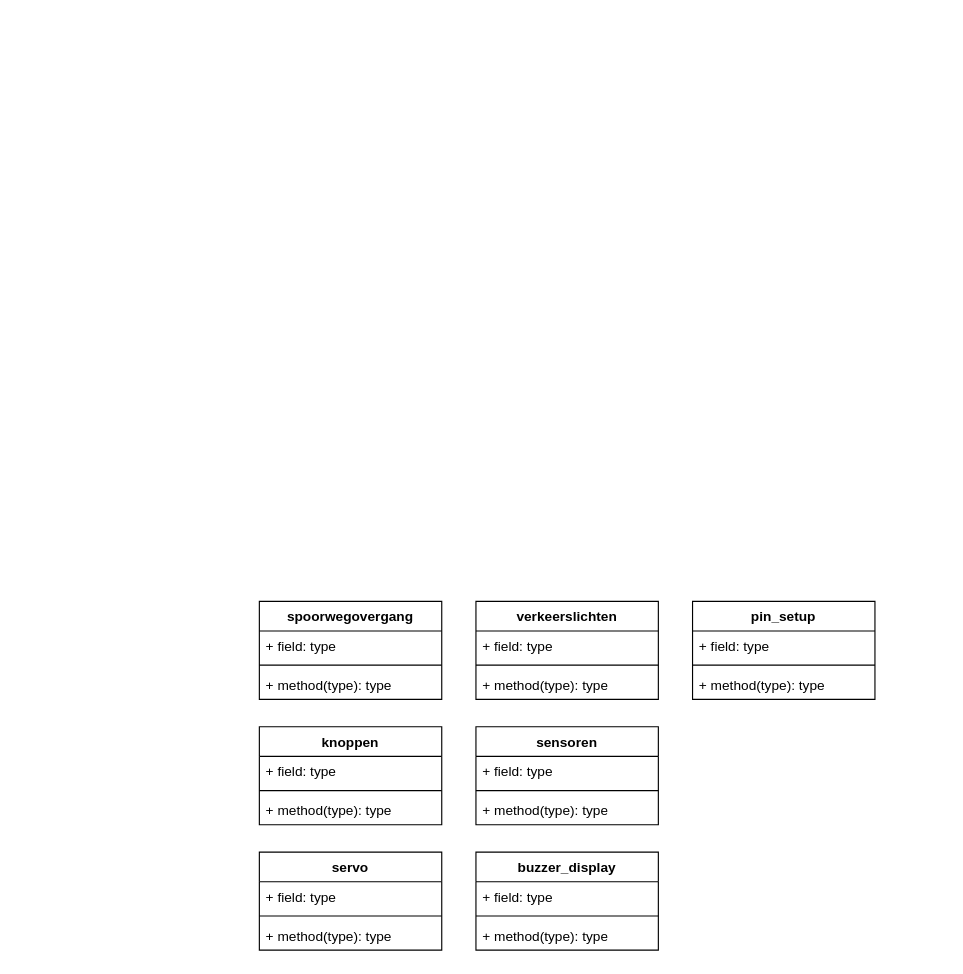
This is TabDiagram.drawio from AramMarkarov/Spoorwegovergang, a draw.io file, before an edit. Source tidied: cells renumbered, new cells numbered last; positions are measured from the earlier drawing's top-left corner, leaving out a move shared by most shapes. Both pictures are drawn from the tidied source at 114%, with x=0, y=0 at pixel (259, 601).
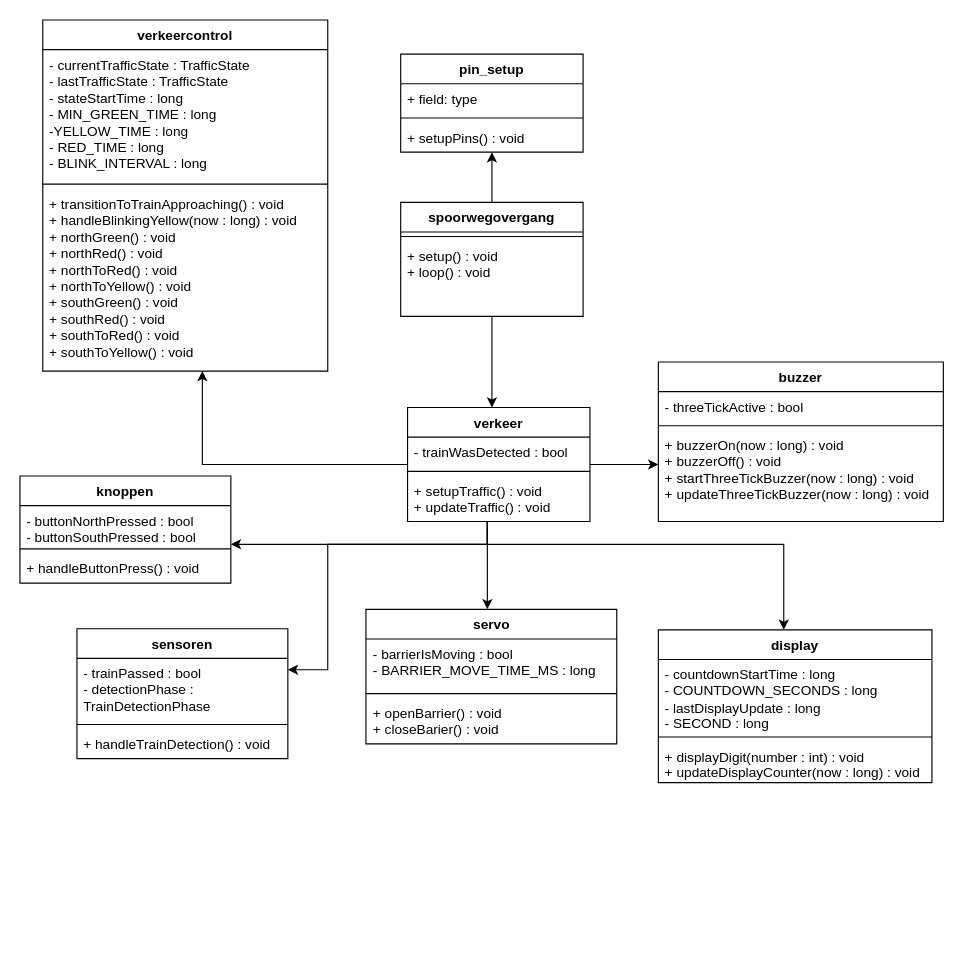
Above is the later version.

What changed in the source:
```diff
@@
+    <mxCell id="30" style="edgeStyle=orthogonalEdgeStyle;rounded=0;jettySize=auto;html=1;" parent="1" edge="1" source="2" target="26">
+      <mxGeometry relative="1" as="geometry" />
+    </mxCell>
     <mxCell id="2" value="spoorwegovergang" style="swimlane;fontStyle=1;align=center;verticalAlign=top;horizontal=1;startSize=26;whiteSpace=wrap;html=1;" parent="1" vertex="1">
-      <mxGeometry width="160" height="86" as="geometry" />
+      <mxGeometry x="124" y="-350" width="160" height="100" as="geometry" />
     </mxCell>
-    <mxCell id="3" value="+ field: type" style="text;strokeColor=none;fillColor=none;align=left;verticalAlign=top;spacingLeft=4;spacingRight=4;overflow=hidden;whiteSpace=wrap;html=1;" parent="2" vertex="1">
-      <mxGeometry y="26" width="160" height="26" as="geometry" />
-    </mxCell>
     <mxCell id="4" style="line;strokeWidth=1;fillColor=none;align=left;verticalAlign=middle;spacingTop=-1;spacingLeft=3;spacingRight=3;labelPosition=right;strokeColor=inherit;" parent="2" vertex="1">
-      <mxGeometry y="52" width="160" height="8" as="geometry" />
+      <mxGeometry y="26" width="160" height="8" as="geometry" />
     </mxCell>
-    <mxCell id="5" value="+ method(type): type" style="text;strokeColor=none;fillColor=none;align=left;verticalAlign=top;spacingLeft=4;spacingRight=4;overflow=hidden;points=[[0,0.5],[1,0.5]];portConstraint=eastwest;whiteSpace=wrap;html=1;" parent="2" vertex="1">
-      <mxGeometry y="60" width="160" height="26" as="geometry" />
+    <mxCell id="5" value="+ setup() : void&lt;div&gt;+ loop() : void&lt;/div&gt;" style="text;strokeColor=none;fillColor=none;align=left;verticalAlign=top;spacingLeft=4;spacingRight=4;overflow=hidden;points=[[0,0.5],[1,0.5]];portConstraint=eastwest;whiteSpace=wrap;html=1;" parent="2" vertex="1">
+      <mxGeometry y="34" width="160" height="66" as="geometry" />
     </mxCell>
+    <mxCell id="31" style="edgeStyle=orthogonalEdgeStyle;rounded=0;jettySize=auto;html=1;" parent="1" edge="1" source="37" target="18">
+      <mxGeometry relative="1" as="geometry">
+        <Array as="points">
+          <mxPoint x="200" y="-50" />
+          <mxPoint x="-117" y="-50" />
+        </Array>
+      </mxGeometry>
+    </mxCell>
+    <mxCell id="32" style="edgeStyle=orthogonalEdgeStyle;rounded=0;jettySize=auto;html=1;" parent="1" edge="1" source="37" target="22">
+      <mxGeometry relative="1" as="geometry">
+        <Array as="points">
+          <mxPoint x="200" y="-50" />
+          <mxPoint x="60" y="-50" />
+          <mxPoint x="60" y="60" />
+        </Array>
+      </mxGeometry>
+    </mxCell>
-    <mxCell id="6" value="verkeerslichten" style="swimlane;fontStyle=1;align=center;verticalAlign=top;horizontal=1;startSize=26;whiteSpace=wrap;html=1;" parent="1" vertex="1">
-      <mxGeometry x="190" width="160" height="86" as="geometry" />
+    <mxCell id="6" value="verkeercontrol" style="swimlane;fontStyle=1;align=center;verticalAlign=top;horizontal=1;startSize=26;whiteSpace=wrap;html=1;" parent="1" vertex="1">
+      <mxGeometry x="-190" y="-510" width="250" height="308" as="geometry" />
     </mxCell>
-    <mxCell id="7" value="+ field: type" style="text;strokeColor=none;fillColor=none;align=left;verticalAlign=top;spacingLeft=4;spacingRight=4;overflow=hidden;whiteSpace=wrap;html=1;" parent="6" vertex="1">
-      <mxGeometry y="26" width="160" height="26" as="geometry" />
+    <mxCell id="7" value="- currentTrafficState : TrafficState&lt;div&gt;- lastTrafficState : TrafficState&lt;/div&gt;&lt;div&gt;- stateStartTime : long&lt;/div&gt;&lt;div&gt;- MIN_GREEN_TIME : long&lt;/div&gt;&lt;div&gt;-YELLOW_TIME : long&lt;/div&gt;&lt;div&gt;- RED_TIME : long&lt;/div&gt;&lt;div&gt;- BLINK_INTERVAL : long&lt;/div&gt;" style="text;strokeColor=none;fillColor=none;align=left;verticalAlign=top;spacingLeft=4;spacingRight=4;overflow=hidden;whiteSpace=wrap;html=1;" parent="6" vertex="1">
+      <mxGeometry y="26" width="250" height="114" as="geometry" />
     </mxCell>
     <mxCell id="8" style="line;strokeWidth=1;fillColor=none;align=left;verticalAlign=middle;spacingTop=-1;spacingLeft=3;spacingRight=3;labelPosition=right;strokeColor=inherit;" parent="6" vertex="1">
-      <mxGeometry y="52" width="160" height="8" as="geometry" />
+      <mxGeometry y="140" width="250" height="8" as="geometry" />
     </mxCell>
-    <mxCell id="9" value="+ method(type): type" style="text;strokeColor=none;fillColor=none;align=left;verticalAlign=top;spacingLeft=4;spacingRight=4;overflow=hidden;whiteSpace=wrap;html=1;" parent="6" vertex="1">
-      <mxGeometry y="60" width="160" height="26" as="geometry" />
+    <mxCell id="9" value="&lt;div&gt;+ transitionToTrainApproaching() : void&lt;/div&gt;&lt;div&gt;+ handleBlinkingYellow(now : long) : void&lt;/div&gt;&lt;div&gt;+ northGreen() : void&lt;/div&gt;&lt;div&gt;+ northRed() : void&lt;/div&gt;&lt;div&gt;+ northToRed() : void&lt;br&gt;&lt;/div&gt;&lt;div&gt;+ northToYellow() : void&lt;/div&gt;&lt;div&gt;+ southGreen() : void&lt;/div&gt;&lt;div&gt;+ southRed() : void&lt;/div&gt;&lt;div&gt;+ southToRed() : void&lt;/div&gt;&lt;div&gt;+ southToYellow() : void&lt;/div&gt;" style="text;strokeColor=none;fillColor=none;align=left;verticalAlign=top;spacingLeft=4;spacingRight=4;overflow=hidden;whiteSpace=wrap;html=1;" parent="6" vertex="1">
+      <mxGeometry y="148" width="250" height="160" as="geometry" />
     </mxCell>
     <mxCell id="10" value="servo" style="swimlane;fontStyle=1;align=center;verticalAlign=top;horizontal=1;startSize=26;whiteSpace=wrap;html=1;" parent="1" vertex="1">
-      <mxGeometry y="220" width="160" height="86" as="geometry" />
+      <mxGeometry x="93.5" y="7" width="220" height="118" as="geometry" />
     </mxCell>
-    <mxCell id="11" value="+ field: type" style="text;strokeColor=none;fillColor=none;align=left;verticalAlign=top;spacingLeft=4;spacingRight=4;overflow=hidden;whiteSpace=wrap;html=1;" parent="10" vertex="1">
-      <mxGeometry y="26" width="160" height="26" as="geometry" />
+    <mxCell id="11" value="- barrierIsMoving : bool&lt;div&gt;- BARRIER_MOVE_TIME_MS : long&lt;/div&gt;" style="text;strokeColor=none;fillColor=none;align=left;verticalAlign=top;spacingLeft=4;spacingRight=4;overflow=hidden;whiteSpace=wrap;html=1;" parent="10" vertex="1">
+      <mxGeometry y="26" width="220" height="44" as="geometry" />
     </mxCell>
     <mxCell id="12" style="line;strokeWidth=1;fillColor=none;align=left;verticalAlign=middle;spacingTop=-1;spacingLeft=3;spacingRight=3;labelPosition=right;strokeColor=inherit;" parent="10" vertex="1">
-      <mxGeometry y="52" width="160" height="8" as="geometry" />
+      <mxGeometry y="70" width="220" height="8" as="geometry" />
     </mxCell>
-    <mxCell id="13" value="+ method(type): type" style="text;strokeColor=none;fillColor=none;align=left;verticalAlign=top;spacingLeft=4;spacingRight=4;overflow=hidden;whiteSpace=wrap;html=1;" parent="10" vertex="1">
-      <mxGeometry y="60" width="160" height="26" as="geometry" />
+    <mxCell id="13" value="+ openBarrier() : void&lt;div&gt;+ closeBarier() : void&lt;/div&gt;" style="text;strokeColor=none;fillColor=none;align=left;verticalAlign=top;spacingLeft=4;spacingRight=4;overflow=hidden;whiteSpace=wrap;html=1;" parent="10" vertex="1">
+      <mxGeometry y="78" width="220" height="40" as="geometry" />
     </mxCell>
-    <mxCell id="14" value="buzzer_display" style="swimlane;fontStyle=1;align=center;verticalAlign=top;horizontal=1;startSize=26;whiteSpace=wrap;html=1;" parent="1" vertex="1">
-      <mxGeometry x="190" y="220" width="160" height="86" as="geometry" />
+    <mxCell id="14" value="buzzer" style="swimlane;fontStyle=1;align=center;verticalAlign=top;horizontal=1;startSize=26;whiteSpace=wrap;html=1;" parent="1" vertex="1">
+      <mxGeometry x="350" y="-210" width="250" height="140" as="geometry" />
     </mxCell>
-    <mxCell id="15" value="+ field: type" style="text;strokeColor=none;fillColor=none;align=left;verticalAlign=top;spacingLeft=4;spacingRight=4;overflow=hidden;whiteSpace=wrap;html=1;" parent="14" vertex="1">
-      <mxGeometry y="26" width="160" height="26" as="geometry" />
+    <mxCell id="15" value="- threeTickActive : bool" style="text;strokeColor=none;fillColor=none;align=left;verticalAlign=top;spacingLeft=4;spacingRight=4;overflow=hidden;whiteSpace=wrap;html=1;" parent="14" vertex="1">
+      <mxGeometry y="26" width="250" height="26" as="geometry" />
     </mxCell>
     <mxCell id="16" style="line;strokeWidth=1;fillColor=none;align=left;verticalAlign=middle;spacingTop=-1;spacingLeft=3;spacingRight=3;labelPosition=right;strokeColor=inherit;" parent="14" vertex="1">
-      <mxGeometry y="52" width="160" height="8" as="geometry" />
+      <mxGeometry y="52" width="250" height="8" as="geometry" />
     </mxCell>
-    <mxCell id="17" value="+ method(type): type" style="text;strokeColor=none;fillColor=none;align=left;verticalAlign=top;spacingLeft=4;spacingRight=4;overflow=hidden;whiteSpace=wrap;html=1;" parent="14" vertex="1">
-      <mxGeometry y="60" width="160" height="26" as="geometry" />
+    <mxCell id="17" value="+ buzzerOn(now : long) : void&lt;div&gt;+ buzzerOff() : void&lt;/div&gt;&lt;div&gt;+ startThreeTickBuzzer(now : long) : void&lt;br&gt;+ updateThreeTickBuzzer(now : long) : void&lt;/div&gt;" style="text;strokeColor=none;fillColor=none;align=left;verticalAlign=top;spacingLeft=4;spacingRight=4;overflow=hidden;whiteSpace=wrap;html=1;" parent="14" vertex="1">
+      <mxGeometry y="60" width="250" height="80" as="geometry" />
     </mxCell>
     <mxCell id="18" value="knoppen" style="swimlane;fontStyle=1;align=center;verticalAlign=top;horizontal=1;startSize=26;whiteSpace=wrap;html=1;" parent="1" vertex="1">
-      <mxGeometry y="110" width="160" height="86" as="geometry" />
+      <mxGeometry x="-210" y="-110" width="185" height="94" as="geometry" />
     </mxCell>
-    <mxCell id="19" value="+ field: type" style="text;strokeColor=none;fillColor=none;align=left;verticalAlign=top;spacingLeft=4;spacingRight=4;overflow=hidden;whiteSpace=wrap;html=1;" parent="18" vertex="1">
-      <mxGeometry y="26" width="160" height="26" as="geometry" />
+    <mxCell id="19" value="- buttonNorthPressed : bool&lt;div&gt;- buttonSouthPressed : bool&lt;/div&gt;" style="text;strokeColor=none;fillColor=none;align=left;verticalAlign=top;spacingLeft=4;spacingRight=4;overflow=hidden;whiteSpace=wrap;html=1;" parent="18" vertex="1">
+      <mxGeometry y="26" width="185" height="34" as="geometry" />
     </mxCell>
     <mxCell id="20" style="line;strokeWidth=1;fillColor=none;align=left;verticalAlign=middle;spacingTop=-1;spacingLeft=3;spacingRight=3;labelPosition=right;strokeColor=inherit;" parent="18" vertex="1">
-      <mxGeometry y="52" width="160" height="8" as="geometry" />
+      <mxGeometry y="60" width="185" height="8" as="geometry" />
     </mxCell>
-    <mxCell id="21" value="+ method(type): type" style="text;strokeColor=none;fillColor=none;align=left;verticalAlign=top;spacingLeft=4;spacingRight=4;overflow=hidden;whiteSpace=wrap;html=1;" parent="18" vertex="1">
-      <mxGeometry y="60" width="160" height="26" as="geometry" />
+    <mxCell id="21" value="+ handleButtonPress() : void" style="text;strokeColor=none;fillColor=none;align=left;verticalAlign=top;spacingLeft=4;spacingRight=4;overflow=hidden;whiteSpace=wrap;html=1;" parent="18" vertex="1">
+      <mxGeometry y="68" width="185" height="26" as="geometry" />
     </mxCell>
     <mxCell id="22" value="sensoren" style="swimlane;fontStyle=1;align=center;verticalAlign=top;horizontal=1;startSize=26;whiteSpace=wrap;html=1;" parent="1" vertex="1">
-      <mxGeometry x="190" y="110" width="160" height="86" as="geometry" />
+      <mxGeometry x="-160" y="24" width="185" height="114" as="geometry" />
     </mxCell>
-    <mxCell id="23" value="+ field: type" style="text;strokeColor=none;fillColor=none;align=left;verticalAlign=top;spacingLeft=4;spacingRight=4;overflow=hidden;whiteSpace=wrap;html=1;" parent="22" vertex="1">
-      <mxGeometry y="26" width="160" height="26" as="geometry" />
+    <mxCell id="23" value="- trainPassed : bool&lt;div&gt;- detectionPhase : TrainDetectionPhase&lt;/div&gt;" style="text;strokeColor=none;fillColor=none;align=left;verticalAlign=top;spacingLeft=4;spacingRight=4;overflow=hidden;whiteSpace=wrap;html=1;" parent="22" vertex="1">
+      <mxGeometry y="26" width="185" height="54" as="geometry" />
     </mxCell>
     <mxCell id="24" style="line;strokeWidth=1;fillColor=none;align=left;verticalAlign=middle;spacingTop=-1;spacingLeft=3;spacingRight=3;labelPosition=right;strokeColor=inherit;" parent="22" vertex="1">
-      <mxGeometry y="52" width="160" height="8" as="geometry" />
+      <mxGeometry y="80" width="185" height="8" as="geometry" />
     </mxCell>
-    <mxCell id="25" value="+ method(type): type" style="text;strokeColor=none;fillColor=none;align=left;verticalAlign=top;spacingLeft=4;spacingRight=4;overflow=hidden;whiteSpace=wrap;html=1;" parent="22" vertex="1">
-      <mxGeometry y="60" width="160" height="26" as="geometry" />
+    <mxCell id="25" value="+ handleTrainDetection() : void" style="text;strokeColor=none;fillColor=none;align=left;verticalAlign=top;spacingLeft=4;spacingRight=4;overflow=hidden;whiteSpace=wrap;html=1;" parent="22" vertex="1">
+      <mxGeometry y="88" width="185" height="26" as="geometry" />
     </mxCell>
     <mxCell id="26" value="pin_setup" style="swimlane;fontStyle=1;align=center;verticalAlign=top;horizontal=1;startSize=26;whiteSpace=wrap;html=1;" parent="1" vertex="1">
-      <mxGeometry x="380" width="160" height="86" as="geometry" />
+      <mxGeometry x="124" y="-480" width="160" height="86" as="geometry" />
     </mxCell>
@@
-    <mxCell id="29" value="+ method(type): type" style="text;strokeColor=none;fillColor=none;align=left;verticalAlign=top;spacingLeft=4;spacingRight=4;overflow=hidden;whiteSpace=wrap;html=1;" parent="26" vertex="1">
+    <mxCell id="29" value="+ setupPins() : void" style="text;strokeColor=none;fillColor=none;align=left;verticalAlign=top;spacingLeft=4;spacingRight=4;overflow=hidden;whiteSpace=wrap;html=1;" parent="26" vertex="1">
       <mxGeometry y="60" width="160" height="26" as="geometry" />
     </mxCell>
+    <mxCell id="33" style="edgeStyle=orthogonalEdgeStyle;rounded=0;jettySize=auto;html=1;" parent="1" edge="1" source="37" target="6">
+      <mxGeometry relative="1" as="geometry">
+        <Array as="points">
+          <mxPoint x="-50" y="-120" />
+        </Array>
+      </mxGeometry>
+    </mxCell>
+    <mxCell id="34" style="edgeStyle=orthogonalEdgeStyle;rounded=0;jettySize=auto;html=1;" parent="1" edge="1" source="37" target="10">
+      <mxGeometry relative="1" as="geometry">
+        <Array as="points">
+          <mxPoint x="200" y="-30" />
+          <mxPoint x="200" y="-30" />
+        </Array>
+      </mxGeometry>
+    </mxCell>
+    <mxCell id="35" style="edgeStyle=orthogonalEdgeStyle;rounded=0;jettySize=auto;html=1;" parent="1" edge="1" source="37" target="14">
+      <mxGeometry relative="1" as="geometry">
+        <Array as="points">
+          <mxPoint x="510" y="-140" />
+          <mxPoint x="510" y="-140" />
+        </Array>
+      </mxGeometry>
+    </mxCell>
+    <mxCell id="36" style="edgeStyle=orthogonalEdgeStyle;rounded=0;jettySize=auto;html=1;" parent="1" edge="1" source="37" target="42">
+      <mxGeometry relative="1" as="geometry">
+        <Array as="points">
+          <mxPoint x="200" y="-50" />
+          <mxPoint x="460" y="-50" />
+        </Array>
+      </mxGeometry>
+    </mxCell>
+    <mxCell id="37" value="verkeer" style="swimlane;fontStyle=1;align=center;verticalAlign=top;horizontal=1;startSize=26;whiteSpace=wrap;html=1;" parent="1" vertex="1">
+      <mxGeometry x="130" y="-170" width="160" height="100" as="geometry" />
+    </mxCell>
+    <mxCell id="38" value="- trainWasDetected : bool" style="text;strokeColor=none;fillColor=none;align=left;verticalAlign=top;spacingLeft=4;spacingRight=4;overflow=hidden;whiteSpace=wrap;html=1;" parent="37" vertex="1">
+      <mxGeometry y="26" width="160" height="26" as="geometry" />
+    </mxCell>
+    <mxCell id="39" style="line;strokeWidth=1;fillColor=none;align=left;verticalAlign=middle;spacingTop=-1;spacingLeft=3;spacingRight=3;labelPosition=right;strokeColor=inherit;" parent="37" vertex="1">
+      <mxGeometry y="52" width="160" height="8" as="geometry" />
+    </mxCell>
+    <mxCell id="40" value="+ setupTraffic() : void&lt;div&gt;+ updateTraffic() : void&lt;/div&gt;" style="text;strokeColor=none;fillColor=none;align=left;verticalAlign=top;spacingLeft=4;spacingRight=4;overflow=hidden;whiteSpace=wrap;html=1;" parent="37" vertex="1">
+      <mxGeometry y="60" width="160" height="40" as="geometry" />
+    </mxCell>
+    <mxCell id="41" style="edgeStyle=orthogonalEdgeStyle;rounded=0;jettySize=auto;html=1;" parent="1" edge="1" source="5" target="37">
+      <mxGeometry relative="1" as="geometry">
+        <Array as="points">
+          <mxPoint x="204" y="-170" />
+          <mxPoint x="204" y="-170" />
+        </Array>
+      </mxGeometry>
+    </mxCell>
+    <mxCell id="42" value="display" style="swimlane;fontStyle=1;align=center;verticalAlign=top;horizontal=1;startSize=26;whiteSpace=wrap;html=1;" parent="1" vertex="1">
+      <mxGeometry x="350" y="25" width="240" height="134" as="geometry" />
+    </mxCell>
+    <mxCell id="43" value="- countdownStartTime : long&lt;div&gt;- COUNTDOWN_SECONDS : long&amp;nbsp;&lt;/div&gt;&lt;div&gt;- lastDisplayUpdate : long&lt;/div&gt;&lt;div&gt;- SECOND : long&lt;/div&gt;" style="text;strokeColor=none;fillColor=none;align=left;verticalAlign=top;spacingLeft=4;spacingRight=4;overflow=hidden;whiteSpace=wrap;html=1;" parent="42" vertex="1">
+      <mxGeometry y="26" width="240" height="64" as="geometry" />
+    </mxCell>
+    <mxCell id="44" style="line;strokeWidth=1;fillColor=none;align=left;verticalAlign=middle;spacingTop=-1;spacingLeft=3;spacingRight=3;labelPosition=right;strokeColor=inherit;" parent="42" vertex="1">
+      <mxGeometry y="90" width="240" height="8" as="geometry" />
+    </mxCell>
+    <mxCell id="45" value="+ displayDigit(number : int) : void&lt;div&gt;+ updateDisplayCounter(now : long) : void&lt;/div&gt;" style="text;strokeColor=none;fillColor=none;align=left;verticalAlign=top;spacingLeft=4;spacingRight=4;overflow=hidden;whiteSpace=wrap;html=1;" parent="42" vertex="1">
+      <mxGeometry y="98" width="240" height="36" as="geometry" />
+    </mxCell>
```
